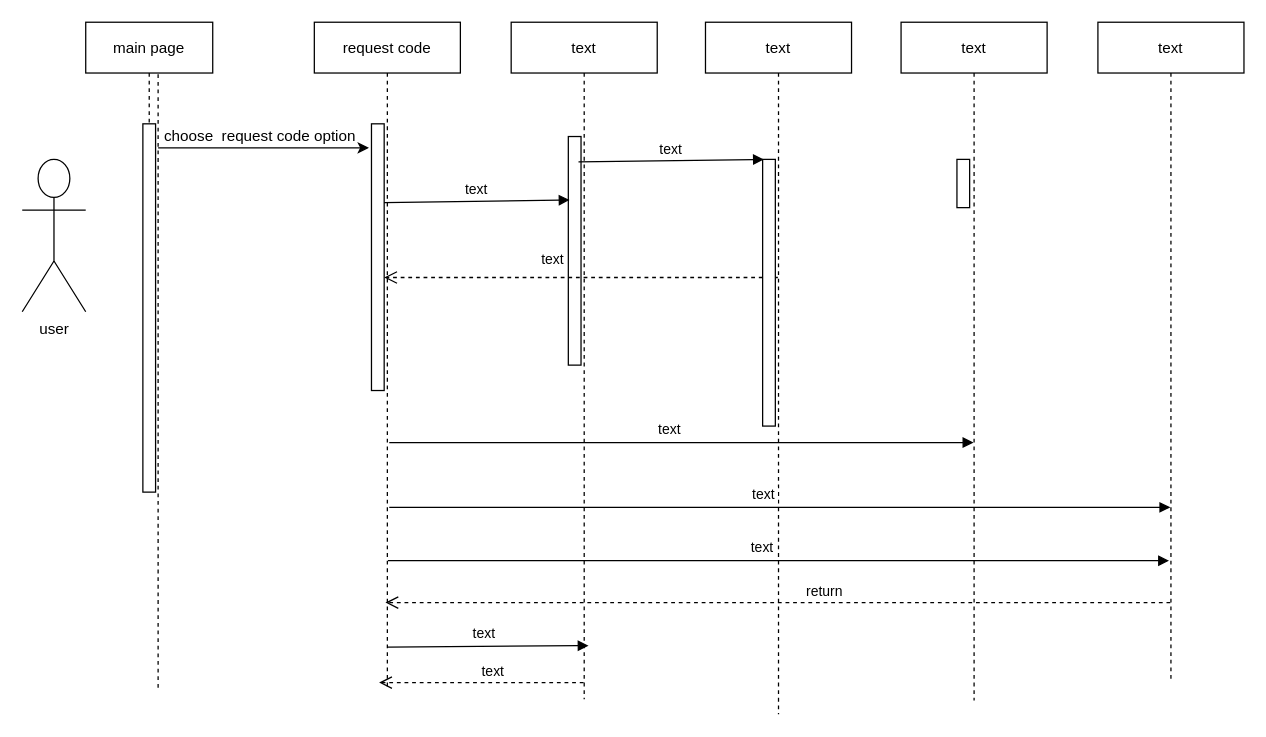
The draw.io diagram seqtrans.drawio in shamaabuhassan/Charts, before the edit. Source tidied: cells renumbered, new cells numbered last; positions are measured from the earlier drawing's top-left corner, leaving out a move shared by most shapes. Both pictures are drawn from the tidied source at 127%, with x=0, y=0 at pixel (22, 22).
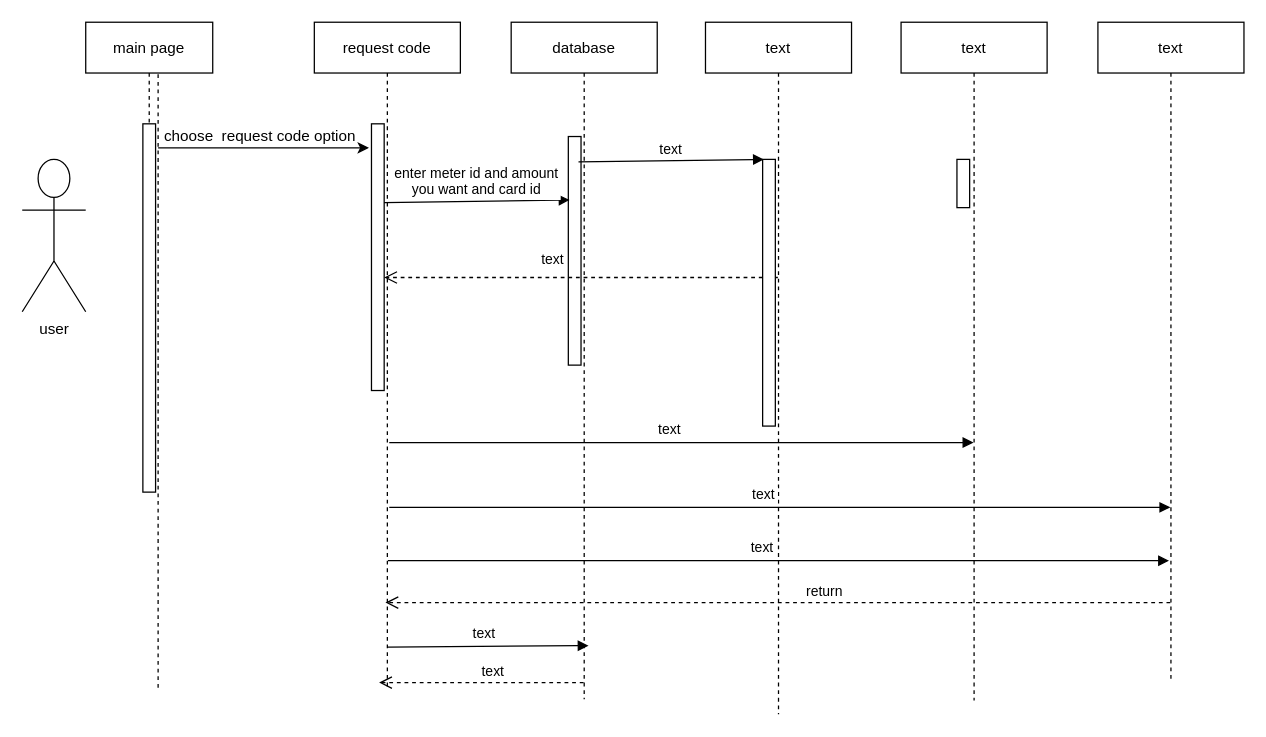
Above is the later version.

Change to the diagram source:
```diff
@@
-    <mxCell id="8" value="text" style="shape=umlLifeline;perimeter=lifelinePerimeter;rounded=0;shadow=0;strokeWidth=1;" parent="1" vertex="1">
+    <mxCell id="8" value="database" style="shape=umlLifeline;perimeter=lifelinePerimeter;rounded=0;shadow=0;strokeWidth=1;" parent="1" vertex="1">
       <mxGeometry x="385" width="115" height="533" as="geometry" />
     </mxCell>
@@
-    <mxCell id="10" value="text" style="verticalAlign=bottom;endArrow=block;shadow=0;strokeWidth=1;entryX=0.1;entryY=0.175;entryDx=0;entryDy=0;entryPerimeter=0;" parent="1" edge="1">
+    <mxCell id="10" value="enter meter id and amount&#10;you want and card id" style="verticalAlign=bottom;endArrow=block;shadow=0;strokeWidth=1;entryX=0.1;entryY=0.175;entryDx=0;entryDy=0;entryPerimeter=0;" parent="1" edge="1">
       <mxGeometry relative="1" as="geometry">
         <mxPoint x="285" y="142" as="sourcePoint" />
         <mxPoint x="431" y="140" as="targetPoint" />
       </mxGeometry>
     </mxCell>
```
